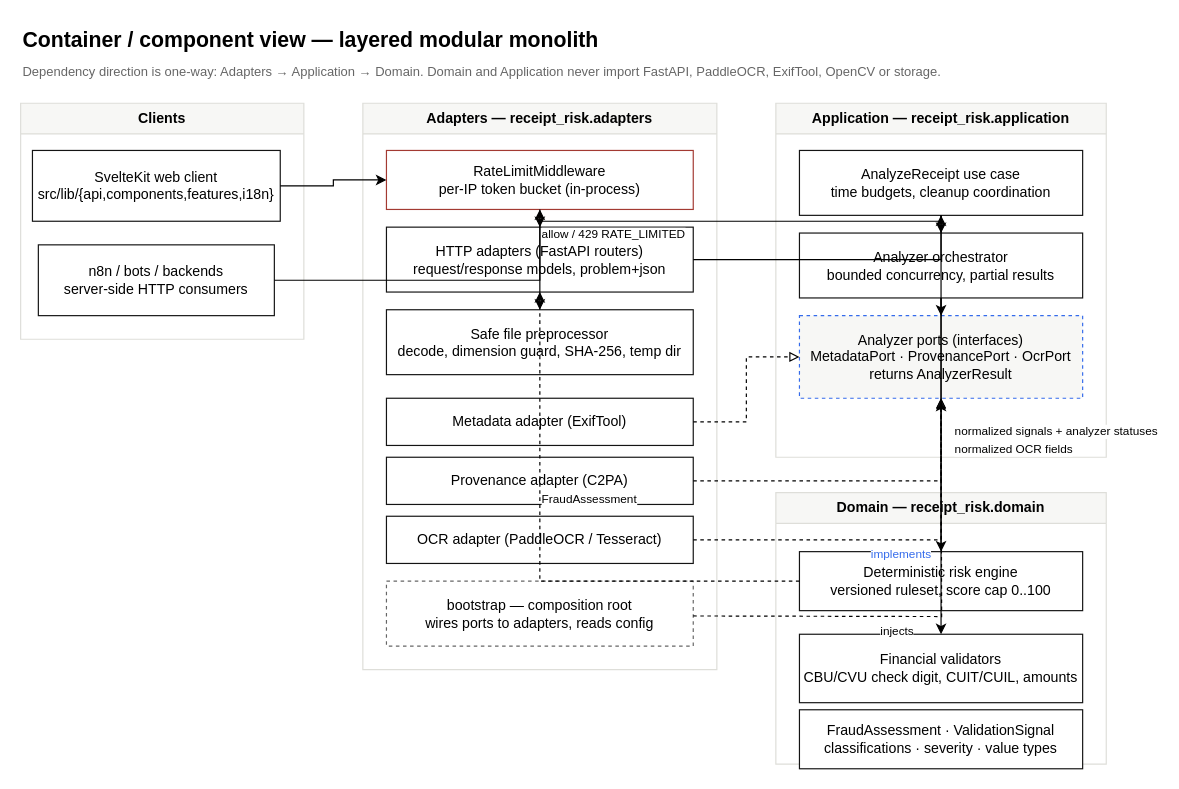
Earlier version of the draw.io diagram docs/diagrams/container-view.drawio (montesgp/receipt-risk-detector). Source tidied: cells renumbered, new cells numbered last; positions are measured from the earlier drawing's top-left corner, leaving out a move shared by most shapes. Both pictures are drawn from the tidied source at 118%, with x=0, y=0 at pixel (20, 20).
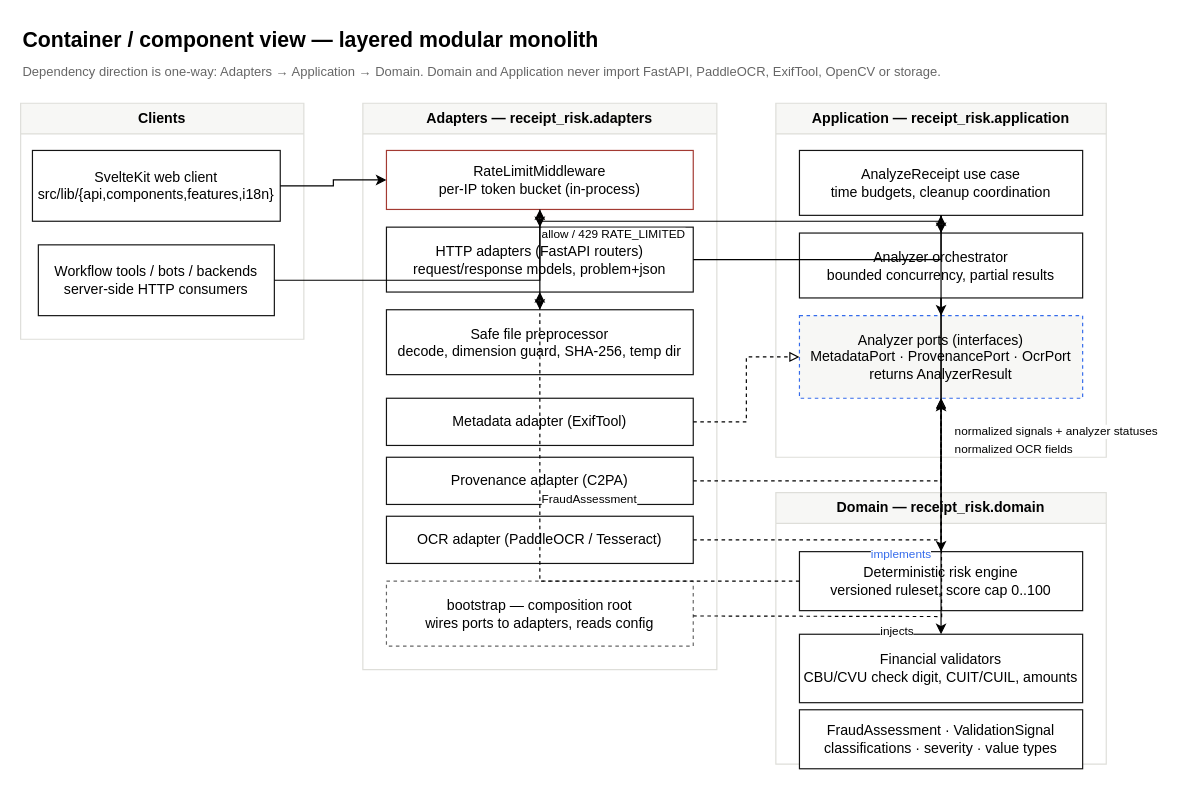
The same diagram, later.

Unchanged cells that the change refers to:
```xml
<mxCell id="4" value="Clients" style="swimlane;whiteSpace=wrap;html=1;startSize=26;fillColor=#f7f7f5;strokeColor=#deded9;" parent="1" vertex="1">
  <mxGeometry y="70" width="240" height="200" as="geometry" />
</mxCell>
```

What changed in the source:
```diff
@@
-    <mxCell id="6" value="n8n / bots / backends&#10;server-side HTTP consumers" style="rounded=8;whiteSpace=wrap;html=1;fillColor=#ffffff;strokeColor=#141414;" parent="4" vertex="1">
+    <mxCell id="6" value="Workflow tools / bots / backends&#10;server-side HTTP consumers" style="rounded=8;whiteSpace=wrap;html=1;fillColor=#ffffff;strokeColor=#141414;" parent="4" vertex="1">
       <mxGeometry x="15" y="120" width="200" height="60" as="geometry" />
     </mxCell>
```
